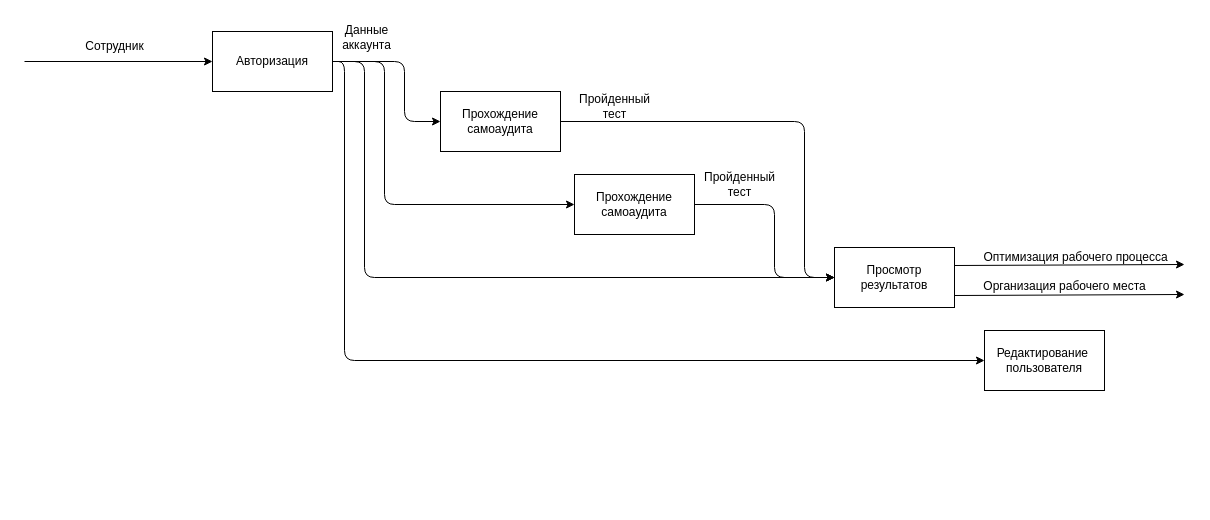
Above: page "A!" (4 of 13) of курсач.drawio in Vlad-Efremovv/kursach (draw.io), before the change. Source tidied: cells renumbered, new cells numbered last; positions are measured from the earlier drawing's top-left corner, leaving out a move shared by most shapes. Both pictures are drawn from the tidied source at 100%, with x=0, y=0 at pixel (24, 16).
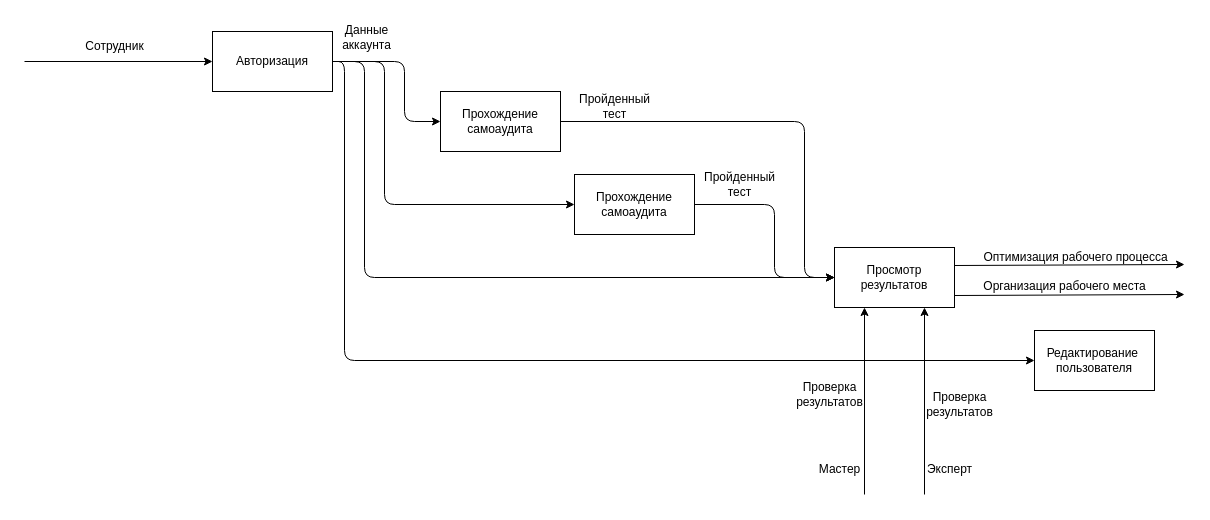
The same diagram, later.

The change refers to these unchanged cells:
```xml
<mxCell id="12" value="Просмотр результатов" style="rounded=0;whiteSpace=wrap;html=1;" parent="1" vertex="1">
  <mxGeometry x="810" y="231" width="120" height="60" as="geometry" />
</mxCell>
```

Diff of the diagram source:
```diff
@@
     <mxCell id="14" value="Редактирование&amp;nbsp;&lt;div&gt;пользователя&lt;/div&gt;" style="rounded=0;whiteSpace=wrap;html=1;" parent="1" vertex="1">
-      <mxGeometry x="960" y="314" width="120" height="60" as="geometry" />
+      <mxGeometry x="1010" y="314" width="120" height="60" as="geometry" />
     </mxCell>
@@
+    <mxCell id="22" style="endArrow=classic;html=1;rounded=0;entryX=0.75;entryY=1;entryDx=0;entryDy=0;" parent="1" edge="1" target="12">
+      <mxGeometry relative="1" as="geometry">
+        <mxPoint x="900" y="478" as="sourcePoint" />
+      </mxGeometry>
+    </mxCell>
+    <mxCell id="23" value="Эксперт" style="text;html=1;align=center;verticalAlign=middle;strokeColor=none;fillColor=none;" parent="1" vertex="1">
+      <mxGeometry x="890" y="438" width="70" height="30" as="geometry" />
+    </mxCell>
+    <mxCell id="24" style="endArrow=classic;html=1;rounded=0;entryX=0.25;entryY=1;entryDx=0;entryDy=0;" parent="1" edge="1" target="12">
+      <mxGeometry relative="1" as="geometry">
+        <mxPoint x="840" y="478" as="sourcePoint" />
+      </mxGeometry>
+    </mxCell>
+    <mxCell id="25" value="Мастер" style="text;html=1;align=center;verticalAlign=middle;strokeColor=none;fillColor=none;" parent="1" vertex="1">
+      <mxGeometry x="780" y="438" width="70" height="30" as="geometry" />
+    </mxCell>
+    <mxCell id="26" value="Проверка&lt;div&gt;результатов&lt;/div&gt;" style="text;html=1;align=center;verticalAlign=middle;strokeColor=none;fillColor=none;" parent="1" vertex="1">
+      <mxGeometry x="760" y="358" width="90" height="40" as="geometry" />
+    </mxCell>
+    <mxCell id="27" value="Проверка&lt;div&gt;результатов&lt;/div&gt;" style="text;html=1;align=center;verticalAlign=middle;strokeColor=none;fillColor=none;" parent="1" vertex="1">
+      <mxGeometry x="890" y="368" width="90" height="40" as="geometry" />
+    </mxCell>
```
